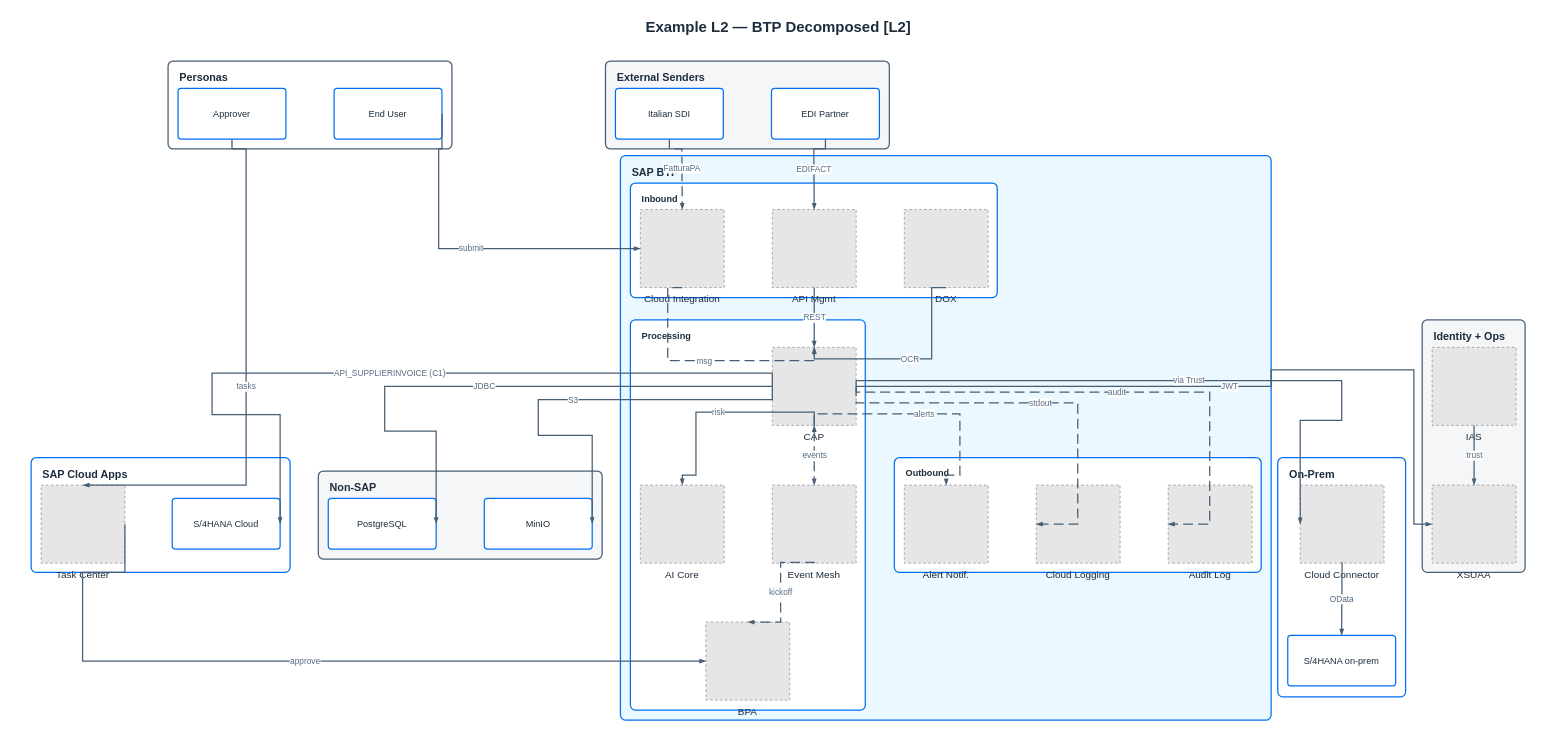
This is skills/sap-diagram-generate/templates/L2-base.drawio from Raistlin82/sap-diagrams-pro, a draw.io file, before an edit. Source tidied: cells renumbered, new cells numbered last; positions are measured from the earlier drawing's top-left corner, leaving out a move shared by most shapes. Both pictures are drawn from the tidied source at 83%, with x=0, y=0 at pixel (14, 14). Pictures stored in the file or linked from it are replaced by grey dashed boxes.
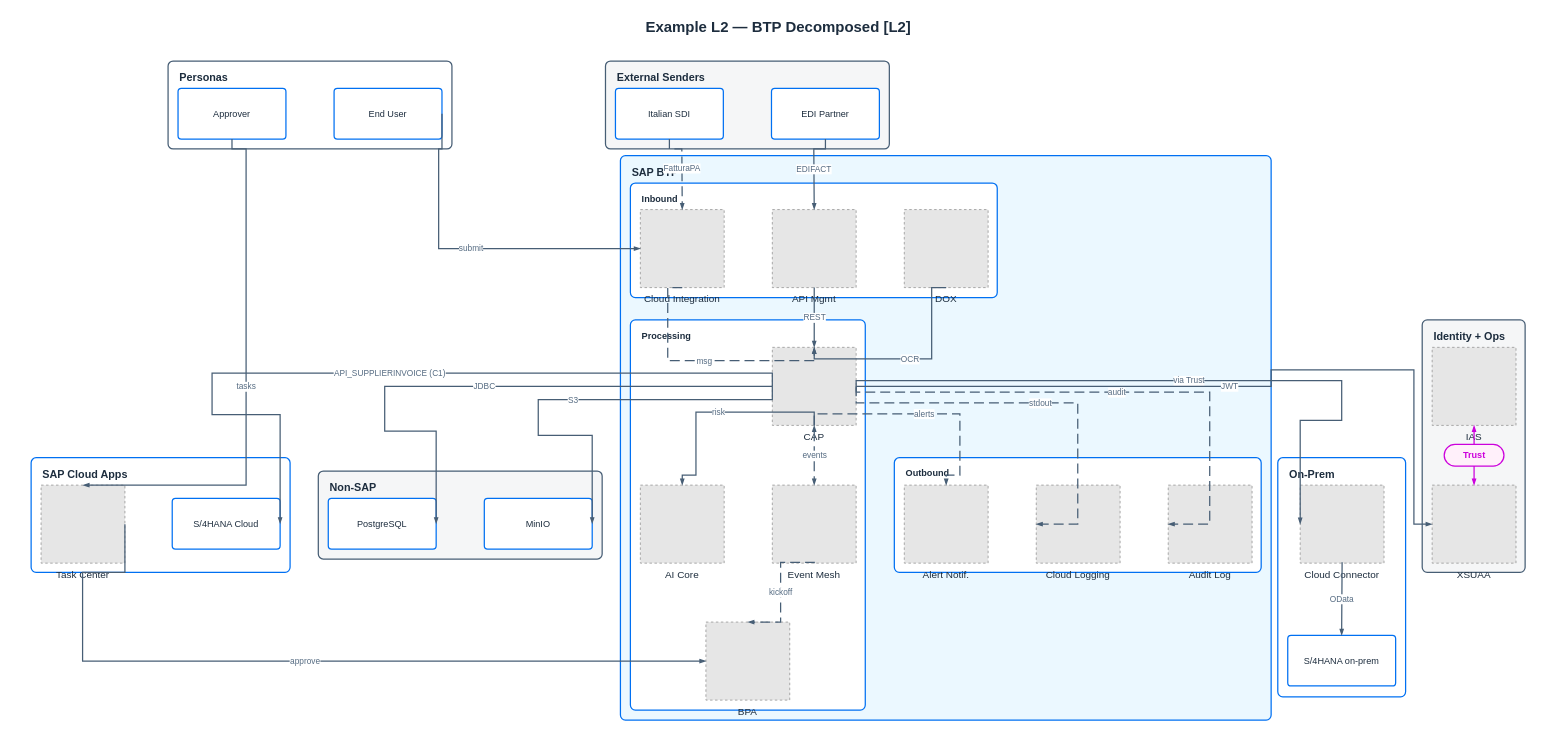
After the change.

Commit message (it also covers changes not shown here):
feat: semantic edge kinds (trust pink pill, positive/critical/negative)

Unchanged cells that the change refers to:
```xml
<mxCell id="33" value="IAS" style="fillColor=#E6E6E6;strokeColor=#999999;dashed=1;verticalLabelPosition=bottom;verticalAlign=top;fontStyle=0;fontSize=12;fontColor=#1D2D3E;" parent="9" vertex="1">
  <mxGeometry x="12" y="33" width="101" height="94" as="geometry" />
</mxCell>
<mxCell id="34" value="XSUAA" style="fillColor=#E6E6E6;strokeColor=#999999;dashed=1;verticalLabelPosition=bottom;verticalAlign=top;fontStyle=0;fontSize=12;fontColor=#1D2D3E;" parent="9" vertex="1">
  <mxGeometry x="12" y="199" width="101" height="94" as="geometry" />
</mxCell>
```

What changed in the source:
```diff
@@
-    <mxCell id="54" value="trust" style="edgeStyle=orthogonalEdgeStyle;rounded=0;jettySize=auto;html=1;endArrow=blockThin;endFill=1;endSize=4;startSize=4;strokeColor=#475E75;strokeWidth=1.5;dashed=0;fontSize=10;fontColor=#556B82;labelBackgroundColor=#FFFFFF;labelBorderColor=none;verticalAlign=middle;align=center;exitX=0.5;exitY=1.0;exitDx=0;exitDy=0;entryX=0.5;entryY=0.0;entryDx=0;entryDy=0;" parent="1" edge="1" source="33" target="34">
+    <mxCell id="54" style="edgeStyle=orthogonalEdgeStyle;rounded=0;jettySize=auto;html=1;endArrow=blockThin;endFill=1;endSize=4;startSize=4;strokeColor=#CC00DC;strokeWidth=1.5;dashed=0;startArrow=blockThin;startFill=1;fontSize=10;fontColor=#556B82;labelBackgroundColor=#FFFFFF;labelBorderColor=none;verticalAlign=middle;align=center;exitX=0.5;exitY=1.0;exitDx=0;exitDy=0;entryX=0.5;entryY=0.0;entryDx=0;entryDy=0;" parent="1" edge="1" source="33" target="34">
       <mxGeometry relative="1" as="geometry">
         <Array as="points">
           <mxPoint x="1758" y="495" />
           <mxPoint x="1758" y="495" />
           <mxPoint x="1758" y="555" />
         </Array>
       </mxGeometry>
     </mxCell>
+    <mxCell id="56" value="Trust" style="rounded=1;whiteSpace=wrap;html=1;arcSize=50;strokeColor=#CC00DC;fillColor=#FFF0FA;fontColor=#CC00DC;fontStyle=1;strokeWidth=1.5;fontSize=11;align=center;verticalAlign=middle;" parent="54" vertex="1">
+      <mxGeometry width="72" height="26" relative="1" as="geometry">
+        <mxPoint x="-36" y="-13" as="offset" />
+      </mxGeometry>
+    </mxCell>
```
